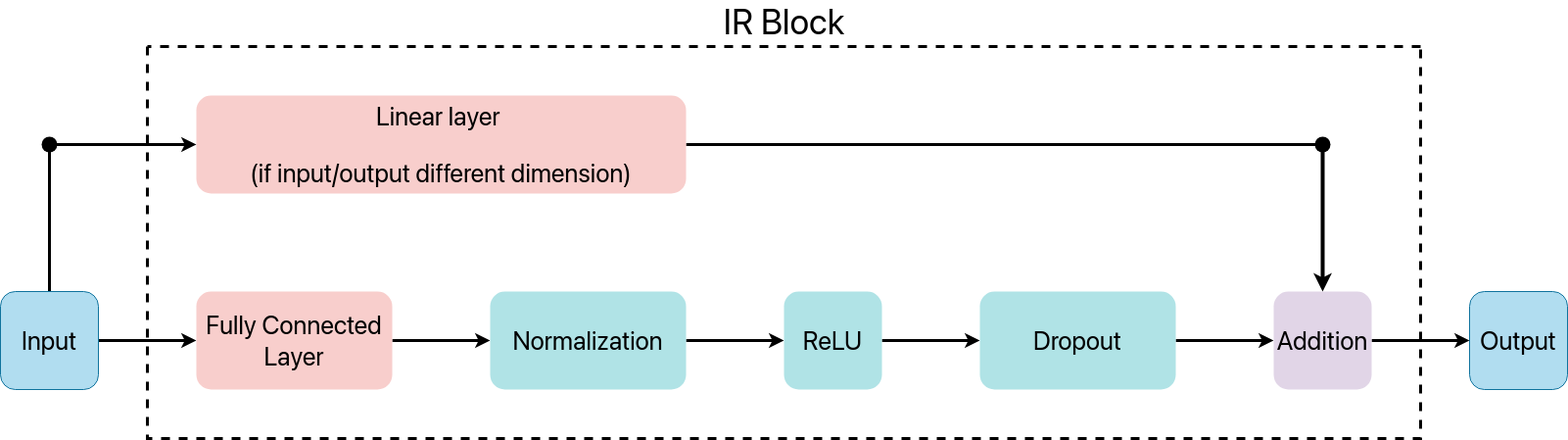
Above: figs/irnet.drawio.png in nicholas-miklaucic/ood-materials (draw.io), before the change. Source tidied: cells renumbered, new cells last; positions are measured from the earlier drawing's top-left corner, leaving out a move shared by most shapes. The source it was exported from:
```xml
<mxGraphModel>
  <root>
    <mxCell id="0" />
    <mxCell id="1" parent="0" />
    <mxCell id="2" style="edgeStyle=none;html=1;strokeWidth=3;fontFamily=SF Pro;fontSize=26;fontStyle=0;rounded=1;" parent="1" edge="1" source="4" target="6">
      <mxGeometry relative="1" as="geometry" />
    </mxCell>
    <mxCell id="3" style="html=1;strokeWidth=3;fontFamily=SF Pro;fontSize=26;endArrow=none;endFill=0;fontStyle=0;rounded=1;" parent="1" edge="1" source="4" target="21">
      <mxGeometry relative="1" as="geometry" />
    </mxCell>
    <mxCell id="4" value="&lt;p style=&quot;font-size: 26px;&quot;&gt;Input&lt;/p&gt;" style="rounded=1;whiteSpace=wrap;html=1;fontSize=26;fillColor=#b1ddf0;strokeColor=#10739e;fontFamily=SF Pro;fontStyle=0;" parent="1" vertex="1">
      <mxGeometry y="250" width="100" height="100" as="geometry" />
    </mxCell>
    <mxCell id="5" style="edgeStyle=none;html=1;strokeWidth=3;fontFamily=SF Pro;fontSize=26;fontStyle=0;rounded=1;" parent="1" edge="1" source="6" target="8">
      <mxGeometry relative="1" as="geometry" />
    </mxCell>
    <mxCell id="6" value="&lt;p style=&quot;font-size: 26px;&quot;&gt;Fully Connected Layer&lt;/p&gt;" style="rounded=1;whiteSpace=wrap;html=1;fontSize=26;fillColor=#f8cecc;strokeColor=none;fontFamily=SF Pro;fontStyle=0;" parent="1" vertex="1">
      <mxGeometry x="200" y="250" width="200" height="100" as="geometry" />
    </mxCell>
    <mxCell id="7" style="edgeStyle=none;html=1;strokeWidth=3;fontFamily=SF Pro;fontSize=26;fontStyle=0;rounded=1;" parent="1" edge="1" source="8" target="10">
      <mxGeometry relative="1" as="geometry" />
    </mxCell>
    <mxCell id="8" value="&lt;p style=&quot;font-size: 26px;&quot;&gt;Normalization&lt;/p&gt;" style="rounded=1;whiteSpace=wrap;html=1;fontSize=26;fillColor=#b0e3e6;strokeColor=none;fontFamily=SF Pro;fontStyle=0;" parent="1" vertex="1">
      <mxGeometry x="500" y="250" width="200" height="100" as="geometry" />
    </mxCell>
    <mxCell id="9" style="edgeStyle=none;html=1;strokeWidth=3;fontFamily=SF Pro;fontSize=26;fontStyle=0;rounded=1;" parent="1" edge="1" source="10" target="13">
      <mxGeometry relative="1" as="geometry" />
    </mxCell>
    <mxCell id="10" value="&lt;p style=&quot;font-size: 26px;&quot;&gt;ReLU&lt;/p&gt;" style="rounded=1;whiteSpace=wrap;html=1;fontSize=26;fillColor=#b0e3e6;strokeColor=none;fontFamily=SF Pro;fontStyle=0;" parent="1" vertex="1">
      <mxGeometry x="800" y="250" width="100" height="100" as="geometry" />
    </mxCell>
    <mxCell id="11" value="&lt;p style=&quot;font-size: 26px;&quot;&gt;Output&lt;/p&gt;" style="rounded=1;whiteSpace=wrap;html=1;fontSize=26;fillColor=#b1ddf0;strokeColor=#10739e;fontFamily=SF Pro;fontStyle=0;" parent="1" vertex="1">
      <mxGeometry x="1500" y="250" width="100" height="100" as="geometry" />
    </mxCell>
    <mxCell id="12" style="edgeStyle=none;html=1;strokeWidth=3;fontFamily=SF Pro;fontSize=26;fontStyle=0;rounded=1;" parent="1" edge="1" source="13" target="15">
      <mxGeometry relative="1" as="geometry" />
    </mxCell>
    <mxCell id="13" value="&lt;p style=&quot;font-size: 26px;&quot;&gt;Dropout&lt;/p&gt;" style="rounded=1;whiteSpace=wrap;html=1;fontSize=26;fillColor=#b0e3e6;strokeColor=none;fontFamily=SF Pro;fontStyle=0;" parent="1" vertex="1">
      <mxGeometry x="1000" y="250" width="200" height="100" as="geometry" />
    </mxCell>
    <mxCell id="14" style="edgeStyle=none;html=1;strokeWidth=3;fontFamily=SF Pro;fontSize=26;fontStyle=0;rounded=1;" parent="1" edge="1" source="15" target="11">
      <mxGeometry relative="1" as="geometry" />
    </mxCell>
    <mxCell id="15" value="&lt;p style=&quot;font-size: 26px;&quot;&gt;Addition&lt;/p&gt;" style="rounded=1;whiteSpace=wrap;html=1;fontSize=26;fillColor=#e1d5e7;strokeColor=none;fontFamily=SF Pro;fontStyle=0;" parent="1" vertex="1">
      <mxGeometry x="1300" y="250" width="100" height="100" as="geometry" />
    </mxCell>
    <mxCell id="16" style="edgeStyle=none;html=1;strokeWidth=3;fontFamily=SF Pro;fontSize=26;endArrow=none;endFill=0;fontStyle=0;rounded=1;" parent="1" edge="1" source="17" target="19">
      <mxGeometry relative="1" as="geometry" />
    </mxCell>
    <mxCell id="17" value="&lt;p style=&quot;font-size: 26px;&quot;&gt;Linear layer&amp;nbsp;&lt;/p&gt;&lt;p style=&quot;font-size: 26px;&quot;&gt;(if input/output different dimension)&lt;/p&gt;" style="rounded=1;whiteSpace=wrap;html=1;fontSize=26;fillColor=#f8cecc;strokeColor=none;fontFamily=SF Pro;fontStyle=0;" parent="1" vertex="1">
      <mxGeometry x="200" y="50" width="500" height="100" as="geometry" />
    </mxCell>
    <mxCell id="18" style="edgeStyle=none;html=1;entryX=0.5;entryY=0;entryDx=0;entryDy=0;strokeWidth=4;fontFamily=SF Pro;fontSize=26;fontStyle=0;rounded=1;" parent="1" edge="1" source="19" target="15">
      <mxGeometry relative="1" as="geometry" />
    </mxCell>
    <mxCell id="19" style="shape=waypoint;sketch=0;size=6;points=[];fillColor=default;perimeter=centerPerimeter;snapToPoint=1;fontSize=26;rounded=1;strokeWidth=6;fontFamily=SF Pro;fontStyle=0;" parent="1" vertex="1">
      <mxGeometry x="1340" y="90" width="20" height="20" as="geometry" />
    </mxCell>
    <mxCell id="20" style="edgeStyle=none;html=1;entryX=0;entryY=0.5;entryDx=0;entryDy=0;strokeWidth=3;fontFamily=SF Pro;fontSize=26;endArrow=classic;endFill=1;startArrow=none;startFill=0;fontStyle=0;rounded=1;" parent="1" edge="1" source="21" target="17">
      <mxGeometry relative="1" as="geometry" />
    </mxCell>
    <mxCell id="21" style="shape=waypoint;sketch=0;size=6;points=[];fillColor=default;perimeter=centerPerimeter;snapToPoint=1;fontSize=26;rounded=1;strokeWidth=6;fontFamily=SF Pro;fontStyle=0;" parent="1" vertex="1">
      <mxGeometry x="40" y="90" width="20" height="20" as="geometry" />
    </mxCell>
    <mxCell id="22" value="IR Block" style="swimlane;startSize=0;strokeWidth=3;fontFamily=SF Pro;fontSize=36;dashed=1;fontStyle=0;labelBackgroundColor=none;verticalAlign=bottom;spacingBottom=1;spacingTop=5;labelPosition=center;verticalLabelPosition=top;align=center;html=1;rounded=1;" parent="1" vertex="1">
      <mxGeometry x="150" width="1300" height="400" as="geometry" />
    </mxCell>
  </root>
</mxGraphModel>
```
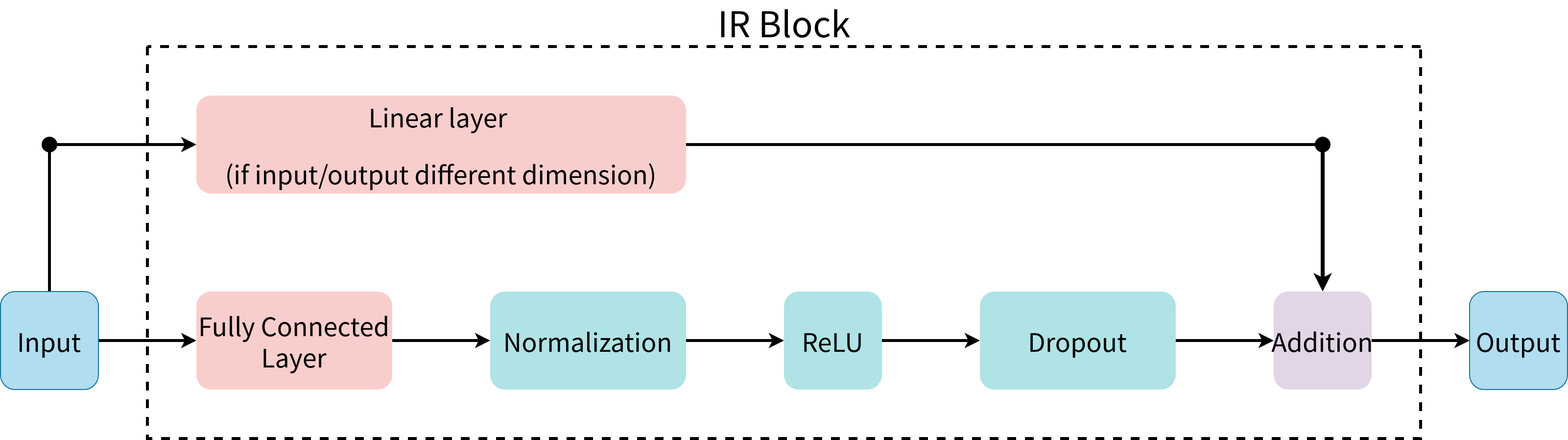
The same diagram one commit later.

Change to the diagram source:
```diff
@@ -2,67 +2,67 @@
   <root>
     <mxCell id="0" />
     <mxCell id="1" parent="0" />
-    <mxCell id="2" style="edgeStyle=none;html=1;strokeWidth=3;fontFamily=SF Pro;fontSize=26;fontStyle=0;rounded=1;" parent="1" edge="1" source="4" target="6">
+    <mxCell id="2" style="edgeStyle=none;html=1;strokeWidth=3;fontFamily=Source Han Sans JP;fontSize=26;fontStyle=0;rounded=1;" parent="1" edge="1" source="4" target="6">
       <mxGeometry relative="1" as="geometry" />
     </mxCell>
-    <mxCell id="3" style="html=1;strokeWidth=3;fontFamily=SF Pro;fontSize=26;endArrow=none;endFill=0;fontStyle=0;rounded=1;" parent="1" edge="1" source="4" target="21">
+    <mxCell id="3" style="html=1;strokeWidth=3;fontFamily=Source Han Sans JP;fontSize=26;endArrow=none;endFill=0;fontStyle=0;rounded=1;" parent="1" edge="1" source="4" target="21">
       <mxGeometry relative="1" as="geometry" />
     </mxCell>
-    <mxCell id="4" value="&lt;p style=&quot;font-size: 26px;&quot;&gt;Input&lt;/p&gt;" style="rounded=1;whiteSpace=wrap;html=1;fontSize=26;fillColor=#b1ddf0;strokeColor=#10739e;fontFamily=SF Pro;fontStyle=0;" parent="1" vertex="1">
+    <mxCell id="4" value="&lt;p style=&quot;font-size: 26px;&quot;&gt;Input&lt;/p&gt;" style="rounded=1;whiteSpace=wrap;html=1;fontSize=26;fillColor=#b1ddf0;strokeColor=#10739e;fontFamily=Source Han Sans JP;fontStyle=0;" parent="1" vertex="1">
       <mxGeometry y="250" width="100" height="100" as="geometry" />
     </mxCell>
-    <mxCell id="5" style="edgeStyle=none;html=1;strokeWidth=3;fontFamily=SF Pro;fontSize=26;fontStyle=0;rounded=1;" parent="1" edge="1" source="6" target="8">
+    <mxCell id="5" style="edgeStyle=none;html=1;strokeWidth=3;fontFamily=Source Han Sans JP;fontSize=26;fontStyle=0;rounded=1;" parent="1" edge="1" source="6" target="8">
       <mxGeometry relative="1" as="geometry" />
     </mxCell>
-    <mxCell id="6" value="&lt;p style=&quot;font-size: 26px;&quot;&gt;Fully Connected Layer&lt;/p&gt;" style="rounded=1;whiteSpace=wrap;html=1;fontSize=26;fillColor=#f8cecc;strokeColor=none;fontFamily=SF Pro;fontStyle=0;" parent="1" vertex="1">
+    <mxCell id="6" value="&lt;p style=&quot;font-size: 26px;&quot;&gt;Fully Connected Layer&lt;/p&gt;" style="rounded=1;whiteSpace=wrap;html=1;fontSize=26;fillColor=#f8cecc;strokeColor=none;fontFamily=Source Han Sans JP;fontStyle=0;" parent="1" vertex="1">
       <mxGeometry x="200" y="250" width="200" height="100" as="geometry" />
     </mxCell>
-    <mxCell id="7" style="edgeStyle=none;html=1;strokeWidth=3;fontFamily=SF Pro;fontSize=26;fontStyle=0;rounded=1;" parent="1" edge="1" source="8" target="10">
+    <mxCell id="7" style="edgeStyle=none;html=1;strokeWidth=3;fontFamily=Source Han Sans JP;fontSize=26;fontStyle=0;rounded=1;" parent="1" edge="1" source="8" target="10">
       <mxGeometry relative="1" as="geometry" />
     </mxCell>
-    <mxCell id="8" value="&lt;p style=&quot;font-size: 26px;&quot;&gt;Normalization&lt;/p&gt;" style="rounded=1;whiteSpace=wrap;html=1;fontSize=26;fillColor=#b0e3e6;strokeColor=none;fontFamily=SF Pro;fontStyle=0;" parent="1" vertex="1">
+    <mxCell id="8" value="&lt;p style=&quot;font-size: 26px;&quot;&gt;Normalization&lt;/p&gt;" style="rounded=1;whiteSpace=wrap;html=1;fontSize=26;fillColor=#b0e3e6;strokeColor=none;fontFamily=Source Han Sans JP;fontStyle=0;" parent="1" vertex="1">
       <mxGeometry x="500" y="250" width="200" height="100" as="geometry" />
     </mxCell>
-    <mxCell id="9" style="edgeStyle=none;html=1;strokeWidth=3;fontFamily=SF Pro;fontSize=26;fontStyle=0;rounded=1;" parent="1" edge="1" source="10" target="13">
+    <mxCell id="9" style="edgeStyle=none;html=1;strokeWidth=3;fontFamily=Source Han Sans JP;fontSize=26;fontStyle=0;rounded=1;" parent="1" edge="1" source="10" target="13">
       <mxGeometry relative="1" as="geometry" />
     </mxCell>
-    <mxCell id="10" value="&lt;p style=&quot;font-size: 26px;&quot;&gt;ReLU&lt;/p&gt;" style="rounded=1;whiteSpace=wrap;html=1;fontSize=26;fillColor=#b0e3e6;strokeColor=none;fontFamily=SF Pro;fontStyle=0;" parent="1" vertex="1">
+    <mxCell id="10" value="&lt;p style=&quot;font-size: 26px;&quot;&gt;ReLU&lt;/p&gt;" style="rounded=1;whiteSpace=wrap;html=1;fontSize=26;fillColor=#b0e3e6;strokeColor=none;fontFamily=Source Han Sans JP;fontStyle=0;" parent="1" vertex="1">
       <mxGeometry x="800" y="250" width="100" height="100" as="geometry" />
     </mxCell>
-    <mxCell id="11" value="&lt;p style=&quot;font-size: 26px;&quot;&gt;Output&lt;/p&gt;" style="rounded=1;whiteSpace=wrap;html=1;fontSize=26;fillColor=#b1ddf0;strokeColor=#10739e;fontFamily=SF Pro;fontStyle=0;" parent="1" vertex="1">
+    <mxCell id="11" value="&lt;p style=&quot;font-size: 26px;&quot;&gt;Output&lt;/p&gt;" style="rounded=1;whiteSpace=wrap;html=1;fontSize=26;fillColor=#b1ddf0;strokeColor=#10739e;fontFamily=Source Han Sans JP;fontStyle=0;" parent="1" vertex="1">
       <mxGeometry x="1500" y="250" width="100" height="100" as="geometry" />
     </mxCell>
-    <mxCell id="12" style="edgeStyle=none;html=1;strokeWidth=3;fontFamily=SF Pro;fontSize=26;fontStyle=0;rounded=1;" parent="1" edge="1" source="13" target="15">
+    <mxCell id="12" style="edgeStyle=none;html=1;strokeWidth=3;fontFamily=Source Han Sans JP;fontSize=26;fontStyle=0;rounded=1;" parent="1" edge="1" source="13" target="15">
       <mxGeometry relative="1" as="geometry" />
     </mxCell>
-    <mxCell id="13" value="&lt;p style=&quot;font-size: 26px;&quot;&gt;Dropout&lt;/p&gt;" style="rounded=1;whiteSpace=wrap;html=1;fontSize=26;fillColor=#b0e3e6;strokeColor=none;fontFamily=SF Pro;fontStyle=0;" parent="1" vertex="1">
+    <mxCell id="13" value="&lt;p style=&quot;font-size: 26px;&quot;&gt;Dropout&lt;/p&gt;" style="rounded=1;whiteSpace=wrap;html=1;fontSize=26;fillColor=#b0e3e6;strokeColor=none;fontFamily=Source Han Sans JP;fontStyle=0;" parent="1" vertex="1">
       <mxGeometry x="1000" y="250" width="200" height="100" as="geometry" />
     </mxCell>
-    <mxCell id="14" style="edgeStyle=none;html=1;strokeWidth=3;fontFamily=SF Pro;fontSize=26;fontStyle=0;rounded=1;" parent="1" edge="1" source="15" target="11">
+    <mxCell id="14" style="edgeStyle=none;html=1;strokeWidth=3;fontFamily=Source Han Sans JP;fontSize=26;fontStyle=0;rounded=1;" parent="1" edge="1" source="15" target="11">
       <mxGeometry relative="1" as="geometry" />
     </mxCell>
-    <mxCell id="15" value="&lt;p style=&quot;font-size: 26px;&quot;&gt;Addition&lt;/p&gt;" style="rounded=1;whiteSpace=wrap;html=1;fontSize=26;fillColor=#e1d5e7;strokeColor=none;fontFamily=SF Pro;fontStyle=0;" parent="1" vertex="1">
+    <mxCell id="15" value="&lt;p style=&quot;font-size: 26px;&quot;&gt;Addition&lt;/p&gt;" style="rounded=1;whiteSpace=wrap;html=1;fontSize=26;fillColor=#e1d5e7;strokeColor=none;fontFamily=Source Han Sans JP;fontStyle=0;" parent="1" vertex="1">
       <mxGeometry x="1300" y="250" width="100" height="100" as="geometry" />
     </mxCell>
-    <mxCell id="16" style="edgeStyle=none;html=1;strokeWidth=3;fontFamily=SF Pro;fontSize=26;endArrow=none;endFill=0;fontStyle=0;rounded=1;" parent="1" edge="1" source="17" target="19">
+    <mxCell id="16" style="edgeStyle=none;html=1;strokeWidth=3;fontFamily=Source Han Sans JP;fontSize=26;endArrow=none;endFill=0;fontStyle=0;rounded=1;" parent="1" edge="1" source="17" target="19">
       <mxGeometry relative="1" as="geometry" />
     </mxCell>
-    <mxCell id="17" value="&lt;p style=&quot;font-size: 26px;&quot;&gt;Linear layer&amp;nbsp;&lt;/p&gt;&lt;p style=&quot;font-size: 26px;&quot;&gt;(if input/output different dimension)&lt;/p&gt;" style="rounded=1;whiteSpace=wrap;html=1;fontSize=26;fillColor=#f8cecc;strokeColor=none;fontFamily=SF Pro;fontStyle=0;" parent="1" vertex="1">
+    <mxCell id="17" value="&lt;p style=&quot;font-size: 26px;&quot;&gt;Linear layer&amp;nbsp;&lt;/p&gt;&lt;p style=&quot;font-size: 26px;&quot;&gt;(if input/output different dimension)&lt;/p&gt;" style="rounded=1;whiteSpace=wrap;html=1;fontSize=26;fillColor=#f8cecc;strokeColor=none;fontFamily=Source Han Sans JP;fontStyle=0;" parent="1" vertex="1">
       <mxGeometry x="200" y="50" width="500" height="100" as="geometry" />
     </mxCell>
-    <mxCell id="18" style="edgeStyle=none;html=1;entryX=0.5;entryY=0;entryDx=0;entryDy=0;strokeWidth=4;fontFamily=SF Pro;fontSize=26;fontStyle=0;rounded=1;" parent="1" edge="1" source="19" target="15">
+    <mxCell id="18" style="edgeStyle=none;html=1;entryX=0.5;entryY=0;entryDx=0;entryDy=0;strokeWidth=4;fontFamily=Source Han Sans JP;fontSize=26;fontStyle=0;rounded=1;" parent="1" edge="1" source="19" target="15">
       <mxGeometry relative="1" as="geometry" />
     </mxCell>
-    <mxCell id="19" style="shape=waypoint;sketch=0;size=6;points=[];fillColor=default;perimeter=centerPerimeter;snapToPoint=1;fontSize=26;rounded=1;strokeWidth=6;fontFamily=SF Pro;fontStyle=0;" parent="1" vertex="1">
+    <mxCell id="19" style="shape=waypoint;sketch=0;size=6;points=[];fillColor=default;perimeter=centerPerimeter;snapToPoint=1;fontSize=26;rounded=1;strokeWidth=6;fontFamily=Source Han Sans JP;fontStyle=0;" parent="1" vertex="1">
       <mxGeometry x="1340" y="90" width="20" height="20" as="geometry" />
     </mxCell>
-    <mxCell id="20" style="edgeStyle=none;html=1;entryX=0;entryY=0.5;entryDx=0;entryDy=0;strokeWidth=3;fontFamily=SF Pro;fontSize=26;endArrow=classic;endFill=1;startArrow=none;startFill=0;fontStyle=0;rounded=1;" parent="1" edge="1" source="21" target="17">
+    <mxCell id="20" style="edgeStyle=none;html=1;entryX=0;entryY=0.5;entryDx=0;entryDy=0;strokeWidth=3;fontFamily=Source Han Sans JP;fontSize=26;endArrow=classic;endFill=1;startArrow=none;startFill=0;fontStyle=0;rounded=1;" parent="1" edge="1" source="21" target="17">
       <mxGeometry relative="1" as="geometry" />
     </mxCell>
-    <mxCell id="21" style="shape=waypoint;sketch=0;size=6;points=[];fillColor=default;perimeter=centerPerimeter;snapToPoint=1;fontSize=26;rounded=1;strokeWidth=6;fontFamily=SF Pro;fontStyle=0;" parent="1" vertex="1">
+    <mxCell id="21" style="shape=waypoint;sketch=0;size=6;points=[];fillColor=default;perimeter=centerPerimeter;snapToPoint=1;fontSize=26;rounded=1;strokeWidth=6;fontFamily=Source Han Sans JP;fontStyle=0;" parent="1" vertex="1">
       <mxGeometry x="40" y="90" width="20" height="20" as="geometry" />
     </mxCell>
-    <mxCell id="22" value="IR Block" style="swimlane;startSize=0;strokeWidth=3;fontFamily=SF Pro;fontSize=36;dashed=1;fontStyle=0;labelBackgroundColor=none;verticalAlign=bottom;spacingBottom=1;spacingTop=5;labelPosition=center;verticalLabelPosition=top;align=center;html=1;rounded=1;" parent="1" vertex="1">
+    <mxCell id="22" value="IR Block" style="swimlane;startSize=0;strokeWidth=3;fontFamily=Source Han Sans JP;fontSize=36;dashed=1;fontStyle=0;labelBackgroundColor=none;verticalAlign=bottom;spacingBottom=1;spacingTop=5;labelPosition=center;verticalLabelPosition=top;align=center;html=1;rounded=1;" parent="1" vertex="1">
       <mxGeometry x="150" width="1300" height="400" as="geometry" />
     </mxCell>
   </root>
```
